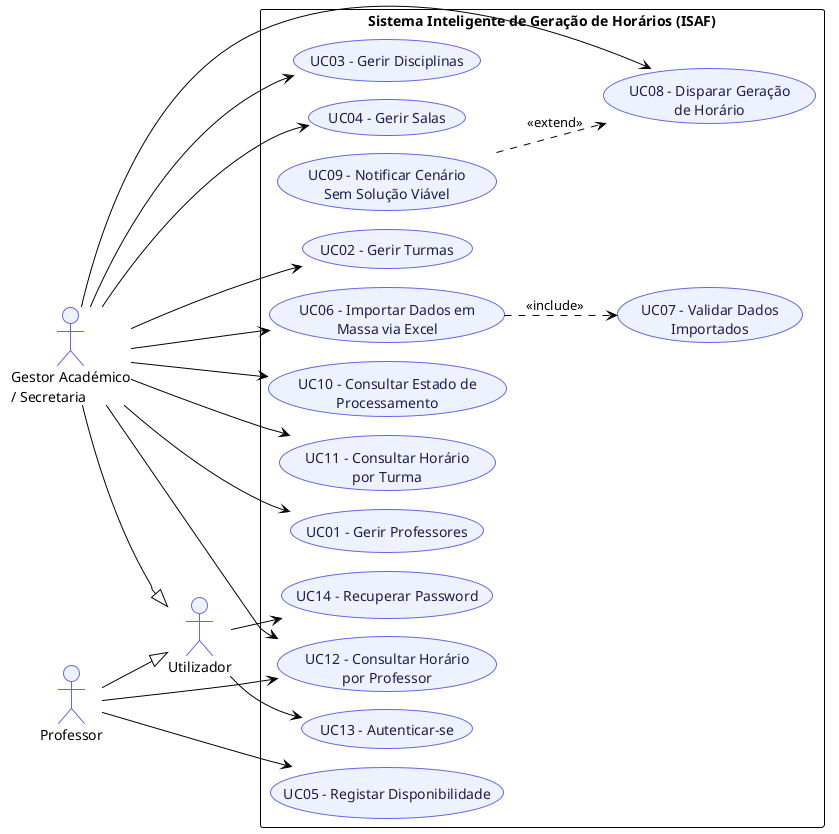
The PlantUML diagram docs/media/diagrama_casos_uso.png in CristianoLourenco/timetable_problem_isaf, before a commit. Source of this version:
```plantuml
@startuml usecase
!pragma layout smetana
!theme plain
skinparam backgroundColor white
skinparam actor {
  BorderColor #6366F1
  BackgroundColor #EEF2FF
}
skinparam usecase {
  BorderColor #6366F1
  BackgroundColor #EEF2FF
  FontColor #1E1B4B
}
left to right direction

actor "Utilizador" as Utilizador
actor "Gestor Académico\n/ Secretaria" as Gestor
actor "Professor" as Professor

Gestor --|> Utilizador
Professor --|> Utilizador

rectangle "Sistema Inteligente de Geração de Horários (ISAF)" {
  usecase "UC01 - Gerir Professores" as UC01
  usecase "UC02 - Gerir Turmas" as UC02
  usecase "UC03 - Gerir Disciplinas" as UC03
  usecase "UC04 - Gerir Salas" as UC04
  usecase "UC05 - Registar Disponibilidade" as UC05
  usecase "UC06 - Importar Dados em\nMassa via Excel" as UC06
  usecase "UC07 - Validar Dados\nImportados" as UC07
  usecase "UC08 - Disparar Geração\nde Horário" as UC08
  usecase "UC09 - Notificar Cenário\nSem Solução Viável" as UC09
  usecase "UC10 - Consultar Estado de\nProcessamento" as UC10
  usecase "UC11 - Consultar Horário\npor Turma" as UC11
  usecase "UC12 - Consultar Horário\npor Professor" as UC12
  usecase "UC13 - Autenticar-se" as UC13
  usecase "UC14 - Recuperar Password" as UC14
}

Gestor --> UC01
Gestor --> UC02
Gestor --> UC03
Gestor --> UC04
Gestor --> UC06
Gestor --> UC08
Gestor --> UC10
Gestor --> UC11
Gestor --> UC12

Professor --> UC05
Professor --> UC12

Utilizador --> UC13
Utilizador --> UC14

UC06 ..> UC07 : <<include>>
UC09 ..> UC08 : <<extend>>

@enduml
```
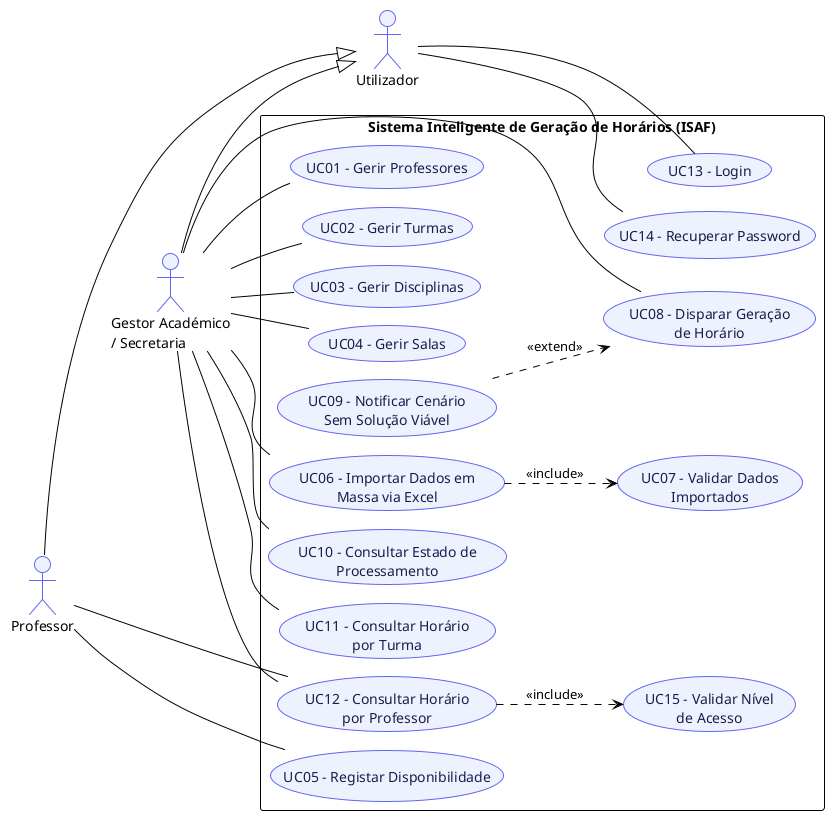
After the commit.

Commit message:
docs(usecase): renomeia UC13 para Login, reposiciona Utilizador, acrescenta UC15 e corrige associações

The edit, as a diff of the source:
```diff
@@ -21,6 +21,9 @@
 Professor --|> Utilizador
 
 rectangle "Sistema Inteligente de Geração de Horários (ISAF)" {
+  usecase "UC13 - Login" as UC13
+  usecase "UC14 - Recuperar Password" as UC14
+
   usecase "UC01 - Gerir Professores" as UC01
   usecase "UC02 - Gerir Turmas" as UC02
   usecase "UC03 - Gerir Disciplinas" as UC03
@@ -33,27 +36,32 @@
   usecase "UC10 - Consultar Estado de\nProcessamento" as UC10
   usecase "UC11 - Consultar Horário\npor Turma" as UC11
   usecase "UC12 - Consultar Horário\npor Professor" as UC12
-  usecase "UC13 - Autenticar-se" as UC13
-  usecase "UC14 - Recuperar Password" as UC14
+  usecase "UC15 - Validar Nível\nde Acesso" as UC15
 }
 
-Gestor --> UC01
-Gestor --> UC02
-Gestor --> UC03
-Gestor --> UC04
-Gestor --> UC06
-Gestor --> UC08
-Gestor --> UC10
-Gestor --> UC11
-Gestor --> UC12
+Utilizador -- UC13
+Utilizador -- UC14
 
-Professor --> UC05
-Professor --> UC12
+Gestor -- UC01
+Gestor -- UC02
+Gestor -- UC03
+Gestor -- UC04
+Gestor -- UC06
+Gestor -- UC08
+Gestor -- UC10
+Gestor -- UC11
+Gestor -- UC12
 
-Utilizador --> UC13
-Utilizador --> UC14
+Professor -- UC05
+Professor -- UC12
 
 UC06 ..> UC07 : <<include>>
 UC09 ..> UC08 : <<extend>>
+UC12 ..> UC15 : <<include>>
+
+Utilizador -[hidden]up- Gestor
+Gestor -[hidden]up- Professor
+UC13 -[hidden]up- UC03
+UC14 -[hidden]up- UC04
 
 @enduml
```
